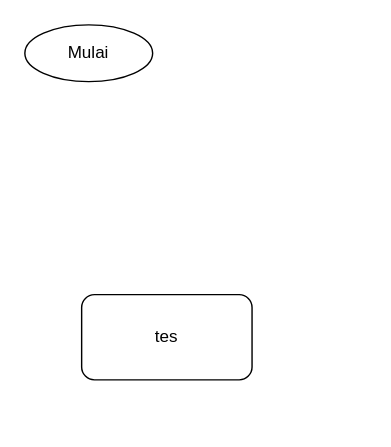
Above: Flowmap.drawio in WataKoro/Flowmap_RPL (draw.io), before the change. Source tidied: cells renumbered, new cells numbered last; positions are measured from the earlier drawing's top-left corner, leaving out a move shared by most shapes. Both pictures are drawn from the tidied source at 142%, with x=0, y=0 at pixel (24, 24).
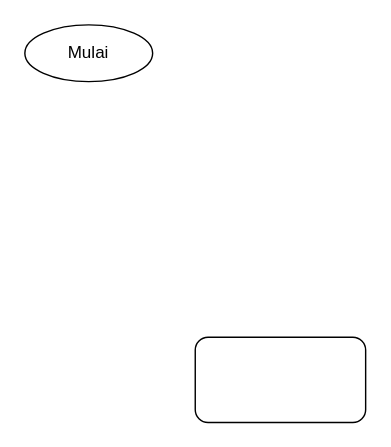
The same page after the edit.

Diff of the diagram source:
```diff
@@
 <mxGraphModel>
   <root>
     <mxCell id="0" />
     <mxCell id="1" parent="0" />
     <mxCell id="2" value="Mulai" style="ellipse;whiteSpace=wrap;html=1;" parent="1" vertex="1">
       <mxGeometry width="90" height="40" as="geometry" />
     </mxCell>
-    <mxCell id="3" value="tes" style="rounded=1;whiteSpace=wrap;html=1;" parent="1" vertex="1">
-      <mxGeometry x="40" y="190" width="120" height="60" as="geometry" />
-    </mxCell>
+    <mxCell id="4" style="rounded=1;whiteSpace=wrap;html=1;" parent="1" vertex="1">
+      <mxGeometry x="120" y="220" width="120" height="60" as="geometry" />
+    </mxCell>
   </root>
 </mxGraphModel>
```
